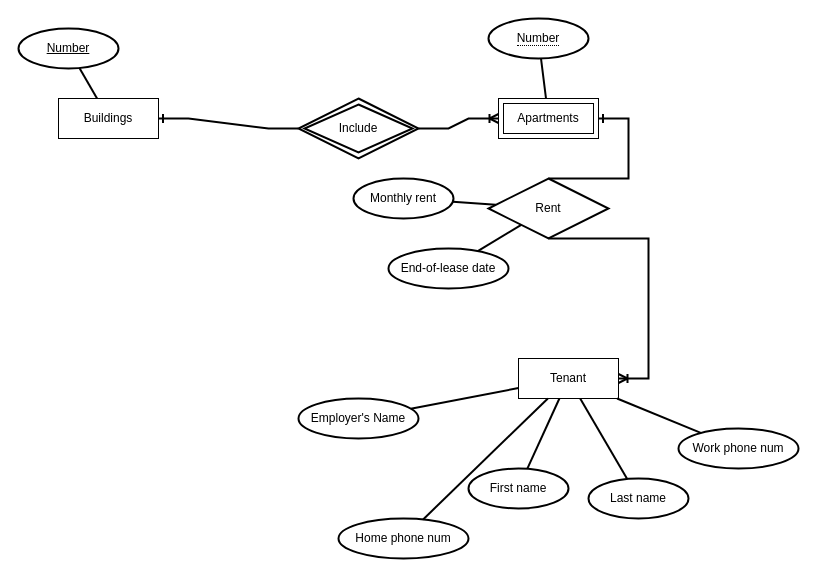
TrungNgo21/ERD_SQL keeps this draw.io diagram as Apartment for rent Diagram.drawio. Above is the earlier version. Source tidied: cells renumbered, new cells numbered last; positions are measured from the earlier drawing's top-left corner, leaving out a move shared by most shapes. Both pictures are drawn from the tidied source at 100%, with x=0, y=0 at pixel (18, 18).
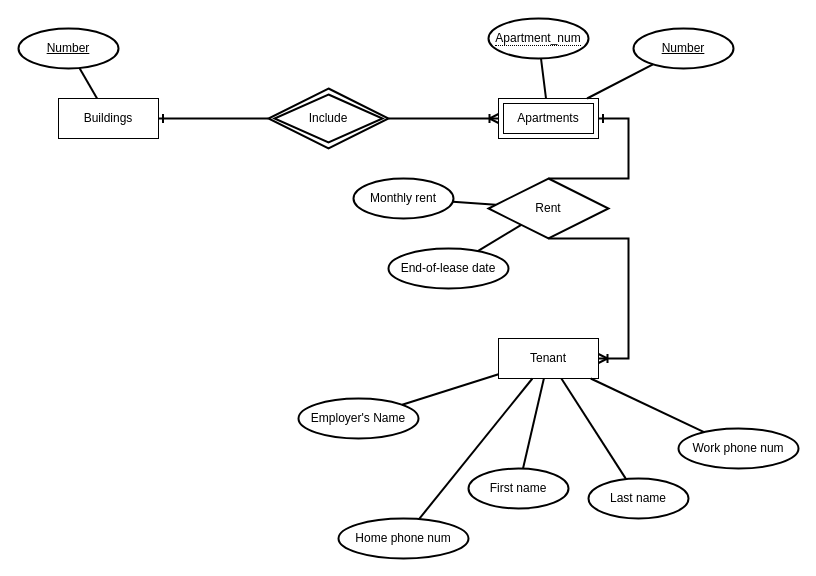
After the change.

Unchanged cells that the change refers to:
```xml
<mxCell id="4" value="Apartments" style="shape=ext;margin=3;double=1;whiteSpace=wrap;html=1;align=center;strokeColor=#000000;" parent="1" vertex="1">
  <mxGeometry x="480" y="80" width="100" height="40" as="geometry" />
</mxCell>
```

Change to the diagram source:
```diff
@@
     <mxCell id="2" value="Tenant" style="whiteSpace=wrap;html=1;align=center;" parent="1" vertex="1">
-      <mxGeometry x="500" y="340" width="100" height="40" as="geometry" />
+      <mxGeometry x="480" y="320" width="100" height="40" as="geometry" />
     </mxCell>
@@
     <mxCell id="6" value="Include" style="shape=rhombus;double=1;perimeter=rhombusPerimeter;whiteSpace=wrap;html=1;align=center;strokeColor=#000000;strokeWidth=2;fillColor=#FFFFFF;" parent="1" vertex="1">
-      <mxGeometry x="280" y="80" width="120" height="60" as="geometry" />
+      <mxGeometry x="250" y="70" width="120" height="60" as="geometry" />
     </mxCell>
@@
-    <mxCell id="12" value="&lt;span style=&quot;border-bottom: 1px dotted&quot;&gt;Number&lt;/span&gt;" style="ellipse;whiteSpace=wrap;html=1;align=center;strokeColor=#000000;strokeWidth=2;fillColor=#FFFFFF;" parent="1" vertex="1">
+    <mxCell id="12" value="&lt;span style=&quot;border-bottom: 1px dotted&quot;&gt;Apartment_num&lt;/span&gt;" style="ellipse;whiteSpace=wrap;html=1;align=center;strokeColor=#000000;strokeWidth=2;fillColor=#FFFFFF;" parent="1" vertex="1">
       <mxGeometry x="470" width="100" height="40" as="geometry" />
     </mxCell>
@@
+    <mxCell id="29" value="Number" style="ellipse;whiteSpace=wrap;html=1;align=center;fontStyle=4;strokeColor=#000000;strokeWidth=2;fillColor=#FFFFFF;" parent="1" vertex="1">
+      <mxGeometry x="615" y="10" width="100" height="40" as="geometry" />
+    </mxCell>
+    <mxCell id="30" style="endArrow=none;html=1;rounded=0;strokeWidth=2;" parent="1" edge="1" source="4" target="29">
+      <mxGeometry relative="1" as="geometry" />
+    </mxCell>
```
